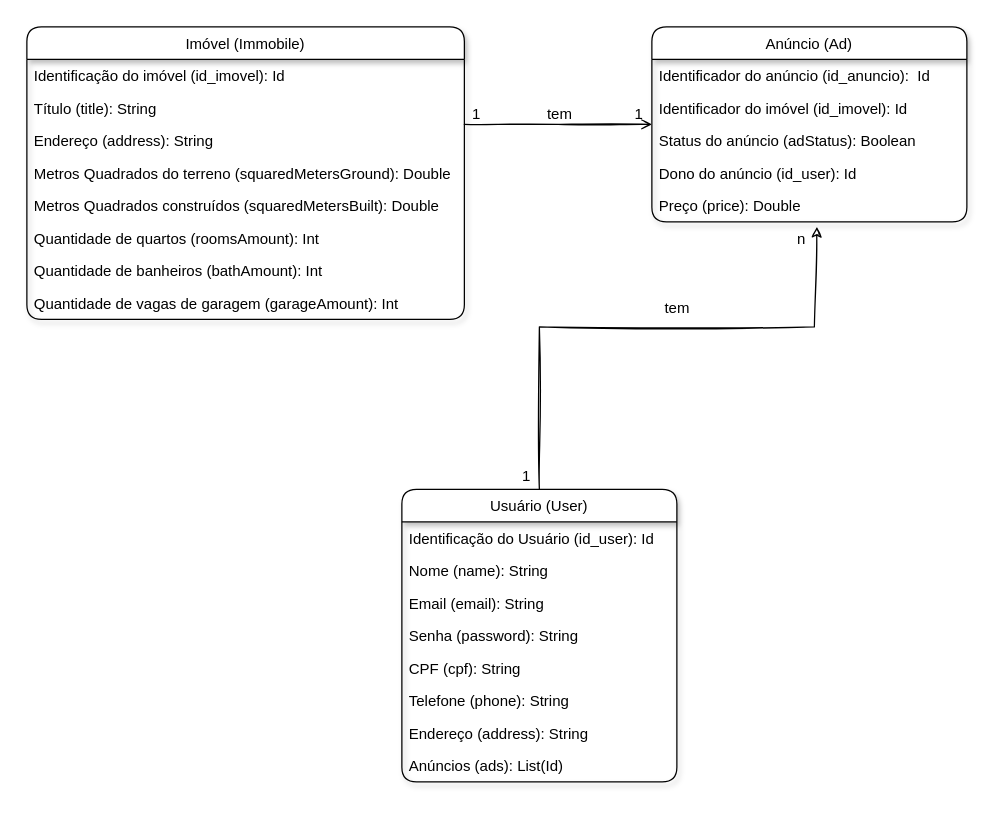
Above: docs/Imoveis Diagram.drawio in joaocarvoli/project-backendMandacaru (draw.io), before the change. Source tidied: cells renumbered, new cells numbered last; positions are measured from the earlier drawing's top-left corner, leaving out a move shared by most shapes. Both pictures are drawn from the tidied source at 125%, with x=0, y=0 at pixel (26, 26).
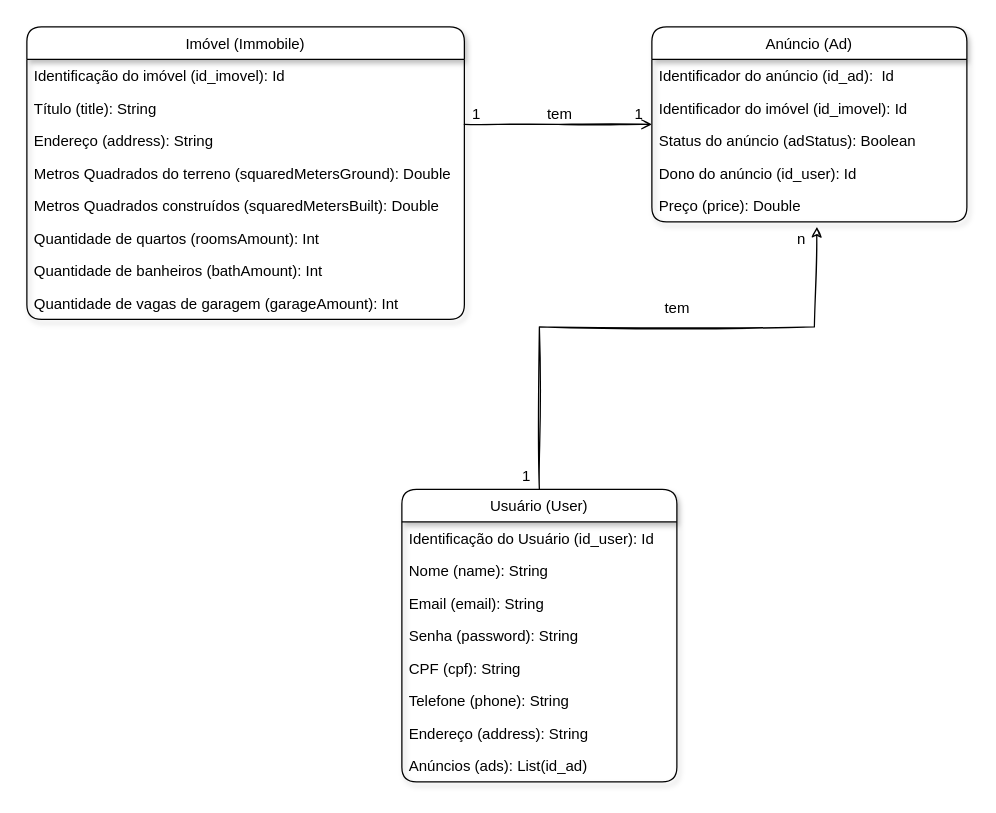
After the change.

The change refers to these unchanged cells:
```xml
<mxCell id="11" value="Usuário (User)" style="swimlane;fontStyle=0;align=center;verticalAlign=top;horizontal=1;startSize=26;rounded=1;shadow=1;strokeWidth=1;" parent="1" vertex="1">
  <mxGeometry x="300" y="370" width="220" height="234" as="geometry" />
</mxCell>
<mxCell id="20" value="Anúncio (Ad)" style="swimlane;fontStyle=0;align=center;verticalAlign=top;horizontal=1;startSize=26;rounded=1;shadow=1;strokeWidth=1;sketch=0;" parent="1" vertex="1">
  <mxGeometry x="500" width="252" height="156" as="geometry" />
</mxCell>
```

Diff of the diagram source:
```diff
@@
-    <mxCell id="19" value="Anúncios (ads): List(Id)" style="text;align=left;verticalAlign=top;spacingLeft=4;spacingRight=4;overflow=hidden;rounded=0;shadow=0;html=0;" parent="11" vertex="1">
+    <mxCell id="19" value="Anúncios (ads): List(id_ad)" style="text;align=left;verticalAlign=top;spacingLeft=4;spacingRight=4;overflow=hidden;rounded=0;shadow=0;html=0;" parent="11" vertex="1">
       <mxGeometry y="208" width="220" height="26" as="geometry" />
     </mxCell>
@@
-    <mxCell id="21" value="Identificador do anúncio (id_anuncio):  Id" style="text;align=left;verticalAlign=top;spacingLeft=4;spacingRight=4;overflow=hidden;" parent="20" vertex="1">
+    <mxCell id="21" value="Identificador do anúncio (id_ad):  Id" style="text;align=left;verticalAlign=top;spacingLeft=4;spacingRight=4;overflow=hidden;" parent="20" vertex="1">
       <mxGeometry y="26" width="252" height="26" as="geometry" />
     </mxCell>
```
